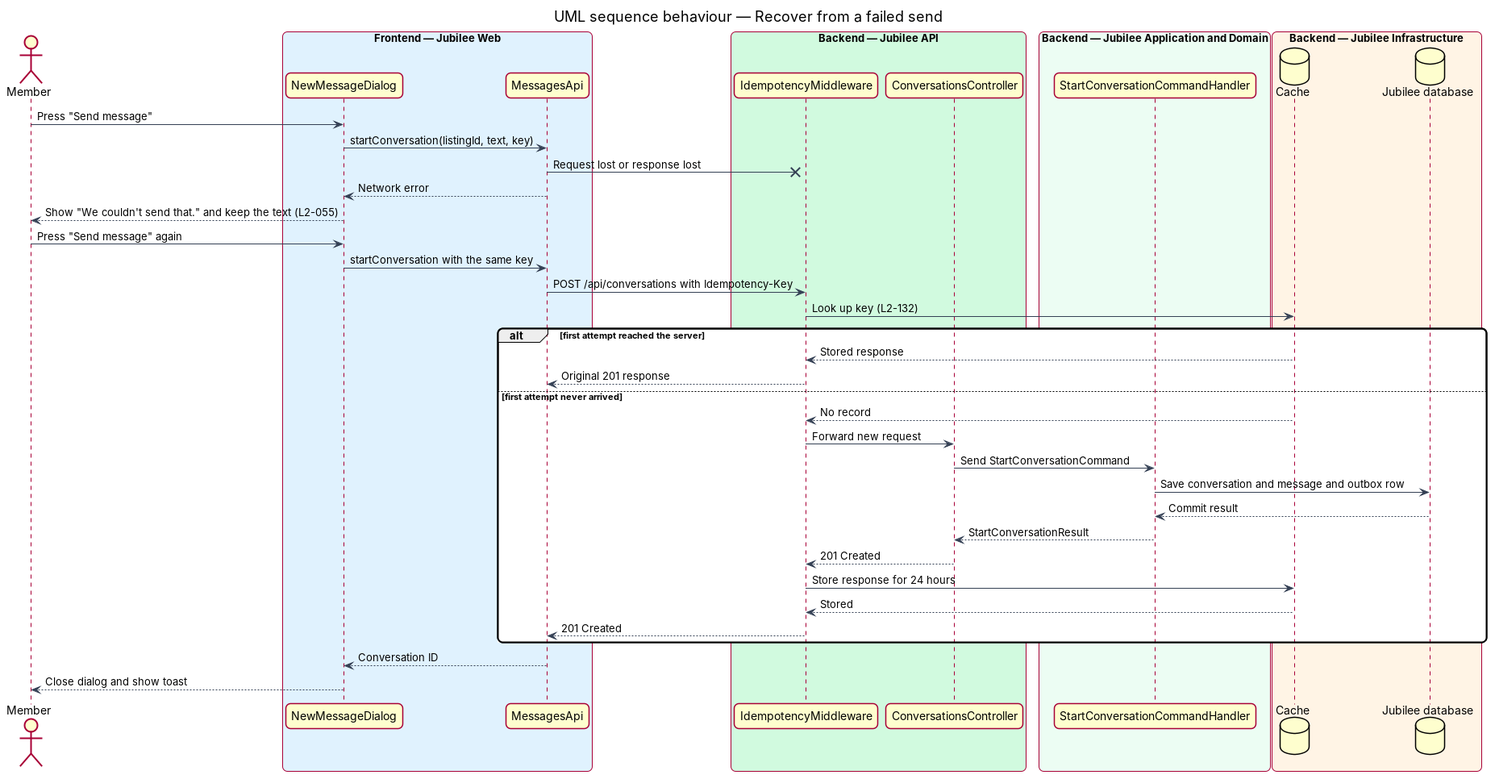
Above: docs/detailed-designs/messaging/start-conversation/diagrams/sequence-recover-from-failed-send.png in QuinntyneBrown/jubilee (PlantUML), before the change. Its source is kept beside it as docs/detailed-designs/messaging/start-conversation/diagrams/sequence-recover-from-failed-send.puml. Source of this version:
```plantuml
@startuml
title UML sequence behaviour — Recover from a failed send
skinparam backgroundColor #FFFFFF
skinparam shadowing false
skinparam roundcorner 12
skinparam defaultFontName Arial
skinparam ArrowColor #344054
skinparam rectangle {
  BorderColor #344054
  FontColor #101828
}
skinparam package {
  BorderColor #667085
  FontColor #101828
  BackgroundColor #F9FAFB
}
actor "Member" as member
box "Frontend — Jubilee Web" #E0F2FE
  participant "NewMessageDialog" as dialog
  participant "MessagesApi" as client
end box
box "Backend — Jubilee API" #D1FADF
  participant "IdempotencyMiddleware" as idem
  participant "ConversationsController" as controller
end box
box "Backend — Jubilee Application and Domain" #ECFDF3
  participant "StartConversationCommandHandler" as handler
end box
box "Backend — Jubilee Infrastructure" #FFF4E5
  database "Cache" as cache
  database "Jubilee database" as db
end box
member -> dialog : Press "Send message"
dialog -> client : startConversation(listingId, text, key)
client -x idem : Request lost or response lost
client --> dialog : Network error
dialog --> member : Show "We couldn't send that." and keep the text (L2-055)
member -> dialog : Press "Send message" again
dialog -> client : startConversation with the same key
client -> idem : POST /api/conversations with Idempotency-Key
idem -> cache : Look up key (L2-132)
alt first attempt reached the server
  cache --> idem : Stored response
  idem --> client : Original 201 response
else first attempt never arrived
  cache --> idem : No record
  idem -> controller : Forward new request
  controller -> handler : Send StartConversationCommand
  handler -> db : Save conversation and message and outbox row
  db --> handler : Commit result
  handler --> controller : StartConversationResult
  controller --> idem : 201 Created
  idem -> cache : Store response for 24 hours
  cache --> idem : Stored
  idem --> client : 201 Created
end
client --> dialog : Conversation ID
dialog --> member : Close dialog and show toast
@enduml
```
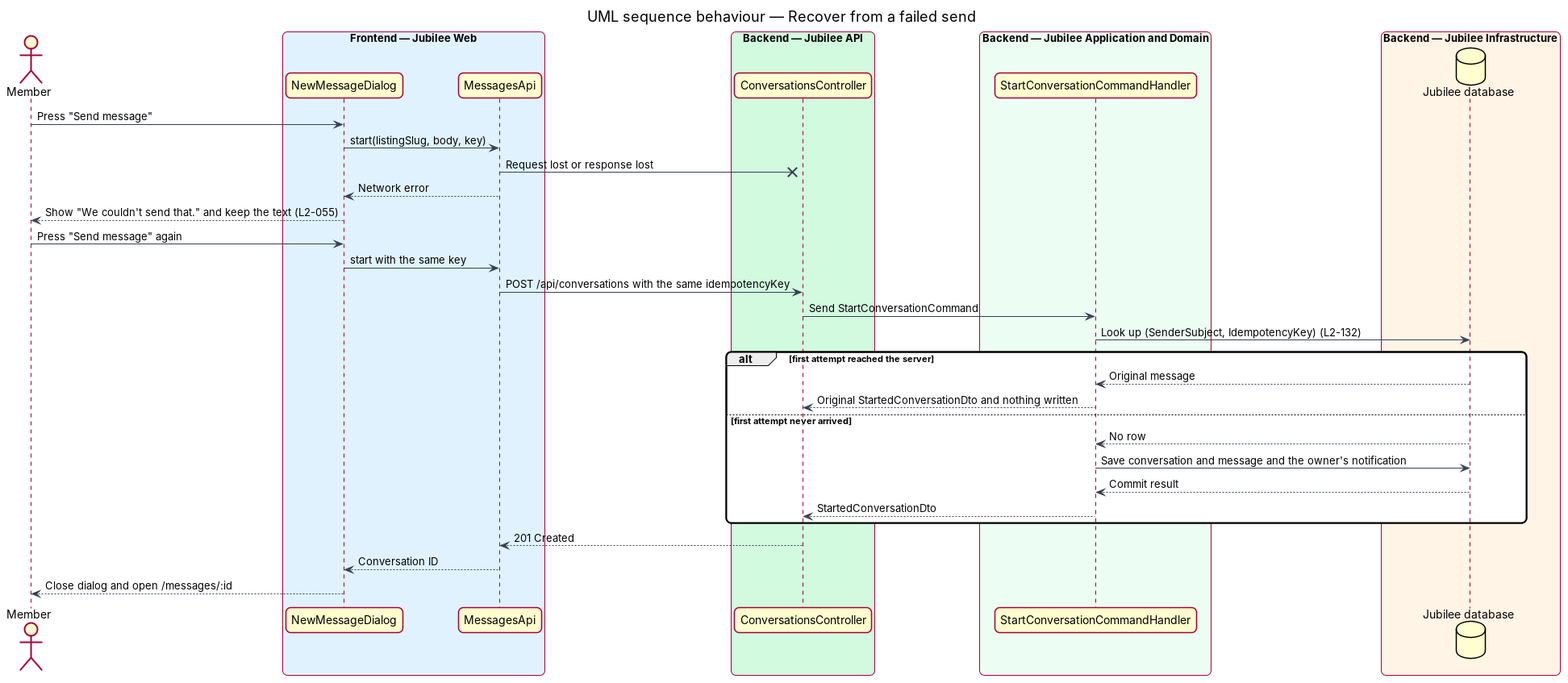
The same file after the commit.

What changed in the source:
```diff
@@ -20,40 +20,34 @@
   participant "MessagesApi" as client
 end box
 box "Backend — Jubilee API" #D1FADF
-  participant "IdempotencyMiddleware" as idem
   participant "ConversationsController" as controller
 end box
 box "Backend — Jubilee Application and Domain" #ECFDF3
   participant "StartConversationCommandHandler" as handler
 end box
 box "Backend — Jubilee Infrastructure" #FFF4E5
-  database "Cache" as cache
   database "Jubilee database" as db
 end box
 member -> dialog : Press "Send message"
-dialog -> client : startConversation(listingId, text, key)
-client -x idem : Request lost or response lost
+dialog -> client : start(listingSlug, body, key)
+client -x controller : Request lost or response lost
 client --> dialog : Network error
 dialog --> member : Show "We couldn't send that." and keep the text (L2-055)
 member -> dialog : Press "Send message" again
-dialog -> client : startConversation with the same key
-client -> idem : POST /api/conversations with Idempotency-Key
-idem -> cache : Look up key (L2-132)
+dialog -> client : start with the same key
+client -> controller : POST /api/conversations with the same idempotencyKey
+controller -> handler : Send StartConversationCommand
+handler -> db : Look up (SenderSubject, IdempotencyKey) (L2-132)
 alt first attempt reached the server
-  cache --> idem : Stored response
-  idem --> client : Original 201 response
+  db --> handler : Original message
+  handler --> controller : Original StartedConversationDto and nothing written
 else first attempt never arrived
-  cache --> idem : No record
-  idem -> controller : Forward new request
-  controller -> handler : Send StartConversationCommand
-  handler -> db : Save conversation and message and outbox row
+  db --> handler : No row
+  handler -> db : Save conversation and message and the owner's notification
   db --> handler : Commit result
-  handler --> controller : StartConversationResult
-  controller --> idem : 201 Created
-  idem -> cache : Store response for 24 hours
-  cache --> idem : Stored
-  idem --> client : 201 Created
+  handler --> controller : StartedConversationDto
 end
+controller --> client : 201 Created
 client --> dialog : Conversation ID
-dialog --> member : Close dialog and show toast
+dialog --> member : Close dialog and open /messages/:id
 @enduml
```
